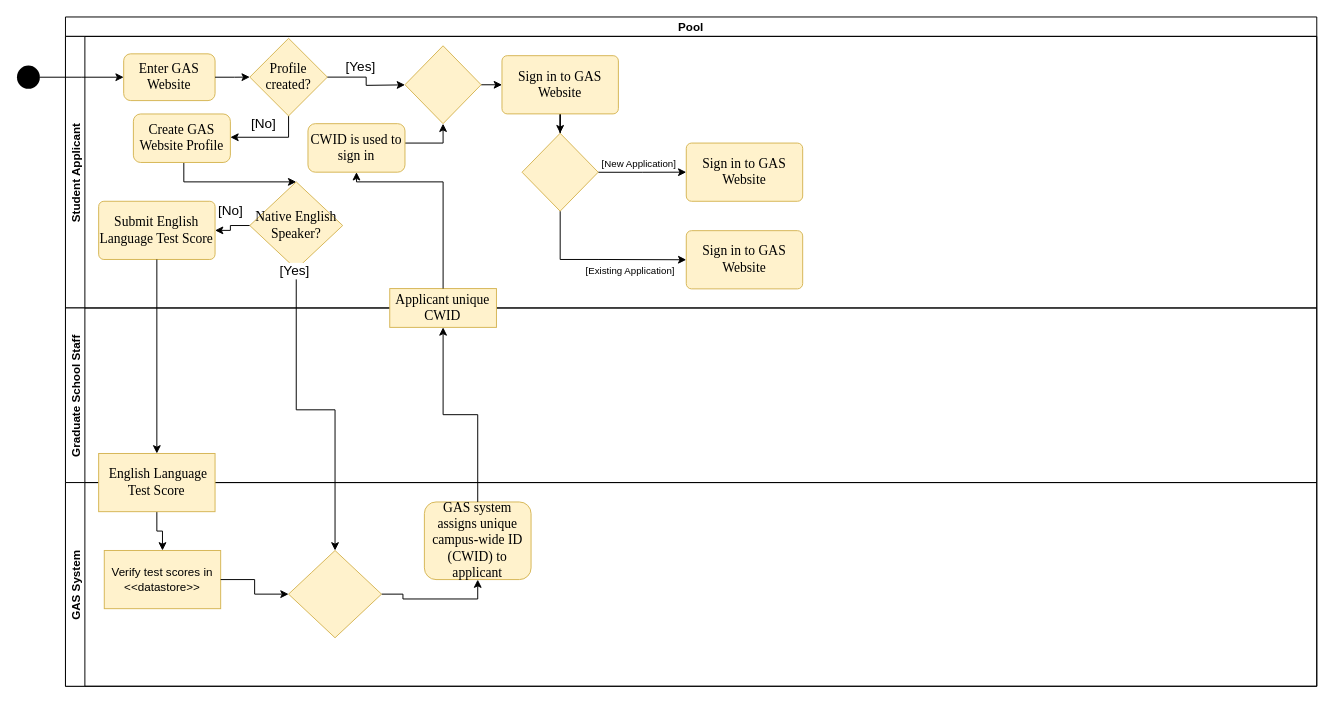
parkeraustin72/CTIS345 keeps this draw.io diagram as Final Group Project/Current State GAS Graduate School Evaluator.drawio. Above is the earlier version. Source tidied: cells renumbered, new cells numbered last; positions are measured from the earlier drawing's top-left corner, leaving out a move shared by most shapes. Both pictures are drawn from the tidied source at 97%, with x=0, y=0 at pixel (16, 16).
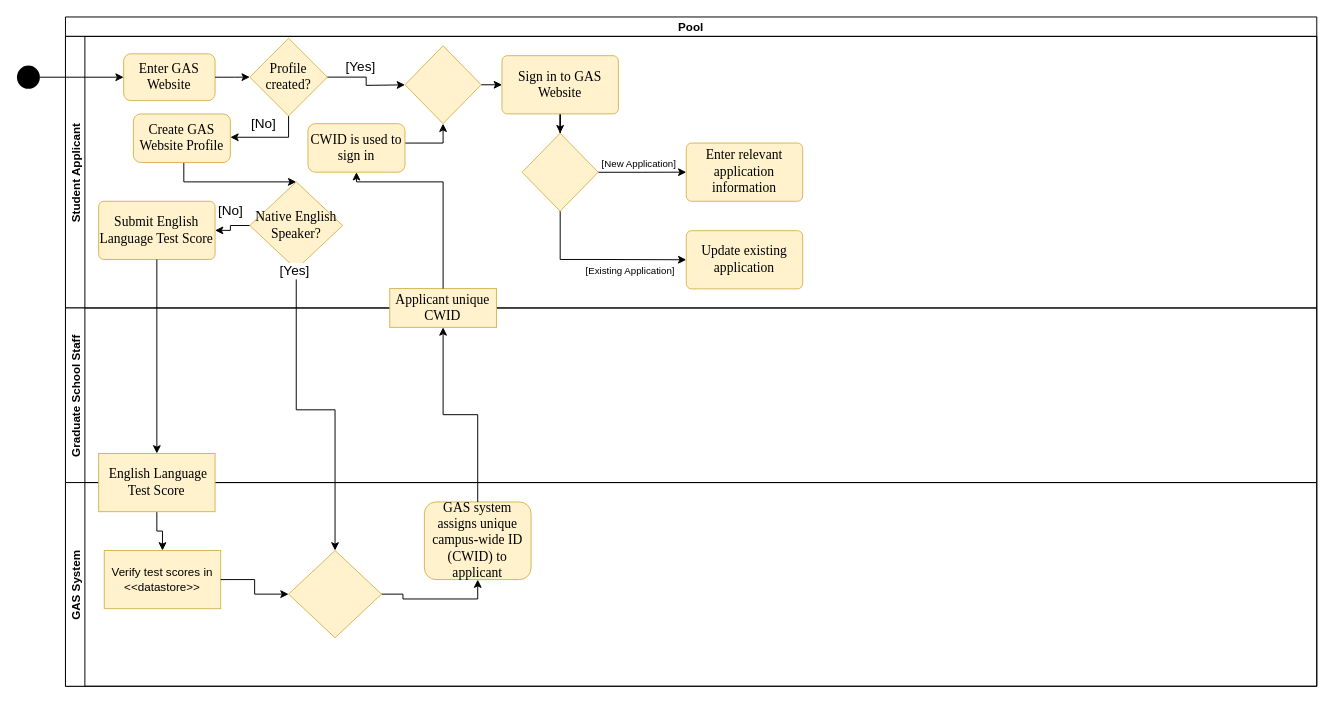
The same page after the edit.

Unchanged cells that the change refers to:
```xml
<mxCell id="3" value="Student Applicant" style="swimlane;startSize=20;horizontal=0;" parent="2" vertex="1">
  <mxGeometry y="20" width="1290" height="280" as="geometry" />
</mxCell>
```

Diff of the diagram source:
```diff
@@
-    <mxCell id="26" value="Sign in to GAS Website" style="whiteSpace=wrap;html=1;fontSize=14;fontFamily=Times New Roman;fillColor=#fff2cc;strokeColor=#d6b656;rounded=1;arcSize=9;" parent="3" vertex="1">
+    <mxCell id="26" value="Update existing application" style="whiteSpace=wrap;html=1;fontSize=14;fontFamily=Times New Roman;fillColor=#fff2cc;strokeColor=#d6b656;rounded=1;arcSize=9;" parent="3" vertex="1">
       <mxGeometry x="640" y="200.3" width="120" height="60" as="geometry" />
     </mxCell>
-    <mxCell id="27" value="Sign in to GAS Website" style="whiteSpace=wrap;html=1;fontSize=14;fontFamily=Times New Roman;fillColor=#fff2cc;strokeColor=#d6b656;rounded=1;arcSize=9;" parent="3" vertex="1">
+    <mxCell id="27" value="Enter relevant application information" style="whiteSpace=wrap;html=1;fontSize=14;fontFamily=Times New Roman;fillColor=#fff2cc;strokeColor=#d6b656;rounded=1;arcSize=9;" parent="3" vertex="1">
       <mxGeometry x="640" y="110" width="120" height="60" as="geometry" />
     </mxCell>
```
